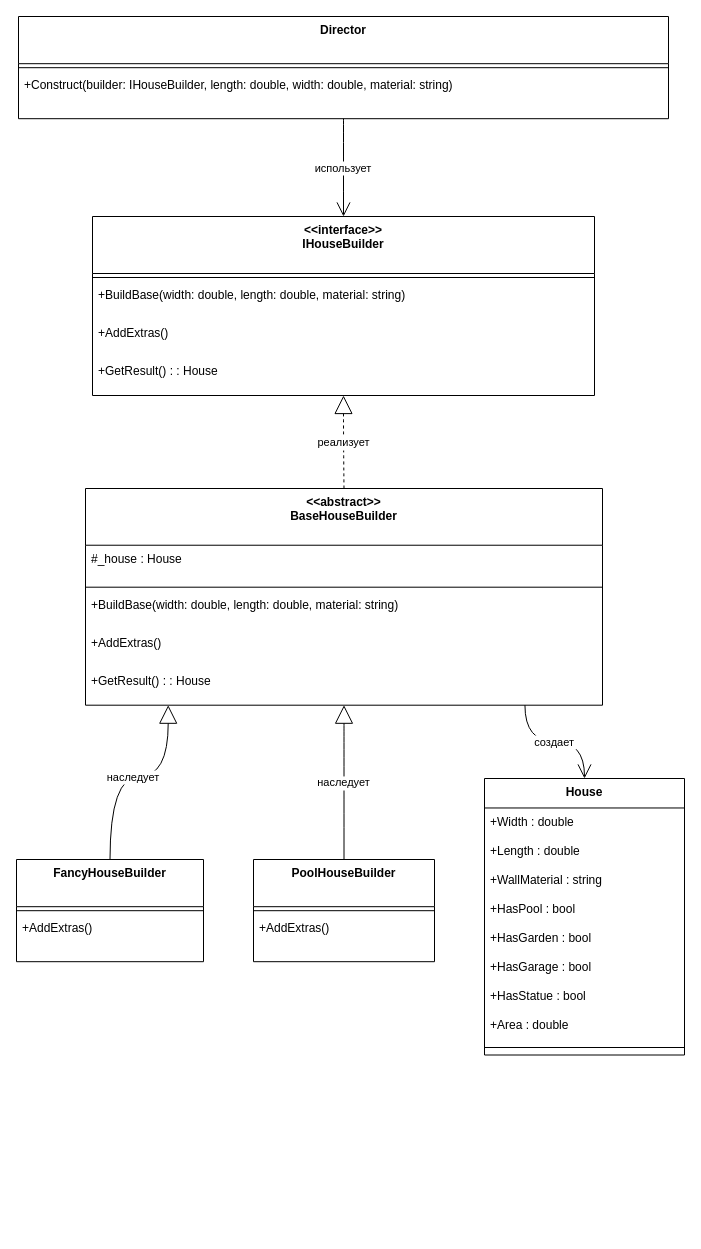
Earlier version of the draw.io diagram lab01/builder.drawio (Wokiput/Object-oriented-analysis-and-design-2). Source tidied: cells renumbered, new cells numbered last; positions are measured from the earlier drawing's top-left corner, leaving out a move shared by most shapes. Both pictures are drawn from the tidied source at 100%, with x=0, y=0 at pixel (16, 16).
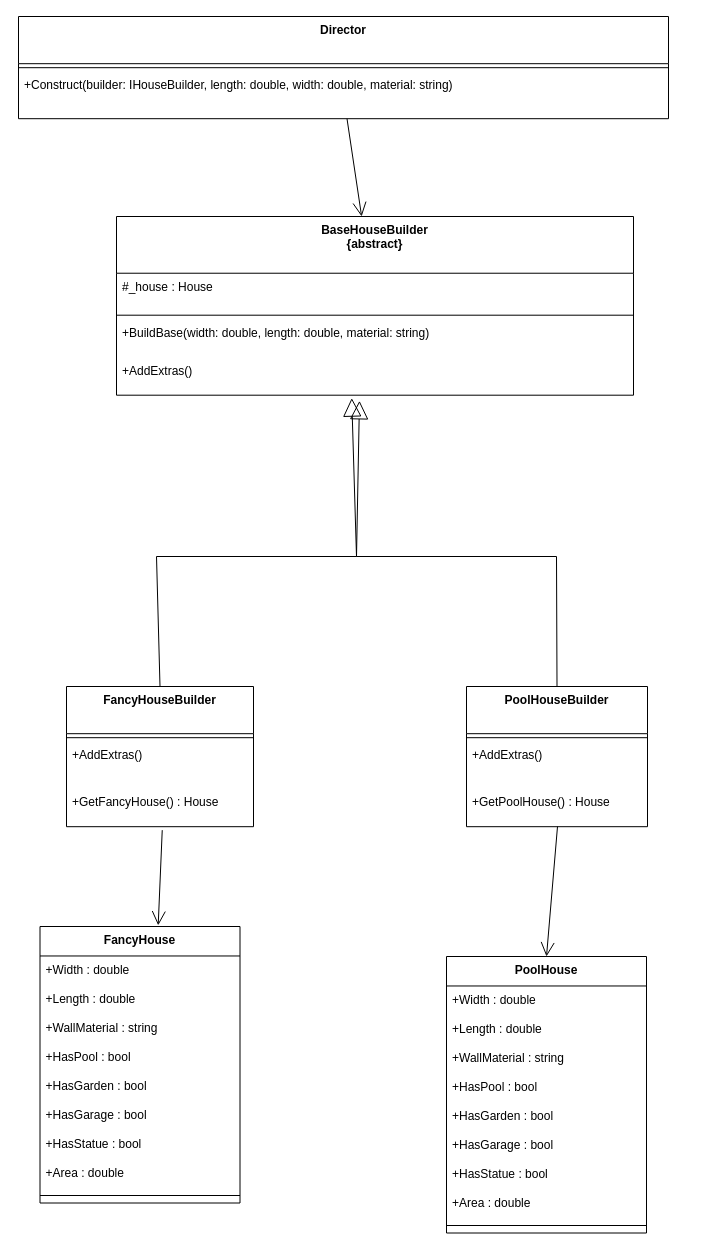
The same diagram, later.

The change refers to these unchanged cells:
```xml
<mxCell id="2" value="Director" style="swimlane;fontStyle=1;align=center;verticalAlign=top;horizontal=1;startSize=47.2;" parent="1" vertex="1">
  <mxGeometry x="2" width="650" height="102.2" as="geometry" />
</mxCell>
<mxCell id="4" value="+Construct(builder: IHouseBuilder, length: double, width: double, material: string)" style="text;strokeColor=none;fillColor=none;align=left;verticalAlign=top;spacingLeft=4;spacingRight=4;overflow=hidden;points=[[0,0.5],[1,0.5]];portConstraint=eastwest;" parent="2" vertex="1">
  <mxGeometry y="55.2" width="650" height="47" as="geometry" />
</mxCell>
<mxCell id="14" value="+AddExtras()" style="text;strokeColor=none;fillColor=none;align=left;verticalAlign=top;spacingLeft=4;spacingRight=4;overflow=hidden;points=[[0,0.5],[1,0.5]];portConstraint=eastwest;" parent="10" vertex="1">
  <mxGeometry y="140.7" width="517" height="38" as="geometry" />
</mxCell>
```

What changed in the source:
```diff
@@
-    <mxCell id="5" value="&lt;&lt;interface&gt;&gt;&#10;IHouseBuilder" style="swimlane;fontStyle=1;align=center;verticalAlign=top;horizontal=1;startSize=57;" parent="1" vertex="1">
-      <mxGeometry x="76" y="200" width="502" height="179" as="geometry" />
-    </mxCell>
-    <mxCell id="6" style="line;strokeWidth=1;fillColor=none;align=left;verticalAlign=middle;spacingTop=-1;spacingLeft=3;spacingRight=3;labelPosition=right;strokeColor=inherit;" parent="5" vertex="1">
-      <mxGeometry y="57" width="502" height="8" as="geometry" />
-    </mxCell>
-    <mxCell id="7" value="+BuildBase(width: double, length: double, material: string)" style="text;strokeColor=none;fillColor=none;align=left;verticalAlign=top;spacingLeft=4;spacingRight=4;overflow=hidden;" parent="5" vertex="1">
-      <mxGeometry y="65" width="502" height="38" as="geometry" />
-    </mxCell>
-    <mxCell id="8" value="+AddExtras()" style="text;strokeColor=none;fillColor=none;align=left;verticalAlign=top;spacingLeft=4;spacingRight=4;overflow=hidden;" parent="5" vertex="1">
-      <mxGeometry y="103" width="502" height="38" as="geometry" />
-    </mxCell>
-    <mxCell id="9" value="+GetResult() : : House" style="text;strokeColor=none;fillColor=none;align=left;verticalAlign=top;spacingLeft=4;spacingRight=4;overflow=hidden;" parent="5" vertex="1">
-      <mxGeometry y="141" width="502" height="38" as="geometry" />
-    </mxCell>
-    <mxCell id="10" value="&lt;&lt;abstract&gt;&gt;&#10;BaseHouseBuilder" style="swimlane;fontStyle=1;align=center;verticalAlign=top;horizontal=1;startSize=56.727272727272734;" parent="1" vertex="1">
-      <mxGeometry x="69" y="472" width="517" height="216.7" as="geometry" />
+    <mxCell id="10" value="BaseHouseBuilder&#10;{abstract}" style="swimlane;fontStyle=1;align=center;verticalAlign=top;horizontal=1;startSize=56.727272727272734;" parent="1" vertex="1">
+      <mxGeometry x="100" y="200" width="517" height="178.7" as="geometry" />
     </mxCell>
@@
-    <mxCell id="15" value="+GetResult() : : House" style="text;strokeColor=none;fillColor=none;align=left;verticalAlign=top;spacingLeft=4;spacingRight=4;overflow=hidden;points=[[0,0.5],[1,0.5]];portConstraint=eastwest;" parent="10" vertex="1">
-      <mxGeometry y="178.7" width="517" height="38" as="geometry" />
-    </mxCell>
     <mxCell id="16" value="FancyHouseBuilder" style="swimlane;fontStyle=1;align=center;verticalAlign=top;horizontal=1;startSize=47.2;" parent="1" vertex="1">
-      <mxGeometry y="843" width="187" height="102.2" as="geometry" />
+      <mxGeometry x="50" y="670" width="187" height="140.2" as="geometry" />
     </mxCell>
@@
+    <mxCell id="15" value="+GetFancyHouse() : House" style="text;strokeColor=none;fillColor=none;align=left;verticalAlign=top;spacingLeft=4;spacingRight=4;overflow=hidden;points=[[0,0.5],[1,0.5]];portConstraint=eastwest;" parent="16" vertex="1">
+      <mxGeometry y="102.2" width="187" height="38" as="geometry" />
+    </mxCell>
     <mxCell id="19" value="PoolHouseBuilder" style="swimlane;fontStyle=1;align=center;verticalAlign=top;horizontal=1;startSize=47.2;" parent="1" vertex="1">
-      <mxGeometry x="237" y="843" width="181" height="102.2" as="geometry" />
+      <mxGeometry x="450" y="670" width="181" height="140.2" as="geometry" />
     </mxCell>
@@
+    <mxCell id="37" value="+GetPoolHouse() : House" style="text;strokeColor=none;fillColor=none;align=left;verticalAlign=top;spacingLeft=4;spacingRight=4;overflow=hidden;" parent="19" vertex="1">
+      <mxGeometry y="102.2" width="181" height="38" as="geometry" />
+    </mxCell>
-    <mxCell id="22" value="House" style="swimlane;fontStyle=1;align=center;verticalAlign=top;horizontal=1;startSize=29.473684210526315;" parent="1" vertex="1">
-      <mxGeometry x="468" y="762" width="200" height="276.5" as="geometry" />
+    <mxCell id="22" value="FancyHouse" style="swimlane;fontStyle=1;align=center;verticalAlign=top;horizontal=1;startSize=29.473684210526315;" parent="1" vertex="1">
+      <mxGeometry x="23.5" y="910" width="200" height="276.5" as="geometry" />
     </mxCell>
@@
-    <mxCell id="32" value="использует" style="curved=1;startArrow=none;endArrow=open;endSize=12;exitX=0.5;exitY=1;entryX=0.5;entryY=0;rounded=0;edgeStyle=orthogonalEdgeStyle;" parent="1" edge="1" source="2" target="5">
-      <mxGeometry relative="1" as="geometry" />
-    </mxCell>
-    <mxCell id="33" value="реализует" style="curved=1;dashed=1;startArrow=block;startSize=16;startFill=0;endArrow=none;exitX=0.5;exitY=1;entryX=0.5;entryY=0;rounded=0;edgeStyle=orthogonalEdgeStyle;" parent="1" edge="1" source="5" target="10">
-      <mxGeometry relative="1" as="geometry" />
-    </mxCell>
-    <mxCell id="34" value="наследует" style="curved=1;startArrow=block;startSize=16;startFill=0;endArrow=none;exitX=0.16;exitY=1;entryX=0.5;entryY=0;rounded=0;edgeStyle=orthogonalEdgeStyle;" parent="1" edge="1" source="10" target="16">
-      <mxGeometry relative="1" as="geometry">
-        <Array as="points">
-          <mxPoint x="152" y="760" />
-          <mxPoint x="94" y="760" />
-        </Array>
-      </mxGeometry>
-    </mxCell>
-    <mxCell id="35" value="наследует" style="curved=1;startArrow=block;startSize=16;startFill=0;endArrow=none;exitX=0.5;exitY=1;entryX=0.5;entryY=0;rounded=0;edgeStyle=orthogonalEdgeStyle;" parent="1" edge="1" source="10" target="19">
-      <mxGeometry relative="1" as="geometry" />
-    </mxCell>
-    <mxCell id="36" value="создает" style="curved=1;startArrow=none;endArrow=open;endSize=12;exitX=0.85;exitY=1;entryX=0.5;entryY=0;rounded=0;edgeStyle=orthogonalEdgeStyle;" parent="1" edge="1" source="10" target="22">
-      <mxGeometry relative="1" as="geometry">
-        <Array as="points">
-          <mxPoint x="568" y="725" />
-        </Array>
-      </mxGeometry>
-    </mxCell>
+    <mxCell id="38" style="endArrow=block;endSize=16;endFill=0;html=1;rounded=0;entryX=0.455;entryY=1.077;entryDx=0;entryDy=0;entryPerimeter=0;exitX=0.5;exitY=0;exitDx=0;exitDy=0;" parent="1" edge="1" source="19" target="14">
+      <mxGeometry relative="1" as="geometry">
+        <Array as="points">
+          <mxPoint x="540" y="540" />
+          <mxPoint x="340" y="540" />
+        </Array>
+      </mxGeometry>
+    </mxCell>
+    <mxCell id="39" value="PoolHouse" style="swimlane;fontStyle=1;align=center;verticalAlign=top;horizontal=1;startSize=29.473684210526315;" parent="1" vertex="1">
+      <mxGeometry x="430" y="940" width="200" height="276.5" as="geometry" />
+    </mxCell>
+    <mxCell id="40" value="+Width : double" style="text;strokeColor=none;fillColor=none;align=left;verticalAlign=top;spacingLeft=4;spacingRight=4;overflow=hidden;" parent="39" vertex="1">
+      <mxGeometry y="29.5" width="200" height="29" as="geometry" />
+    </mxCell>
+    <mxCell id="41" value="+Length : double" style="text;strokeColor=none;fillColor=none;align=left;verticalAlign=top;spacingLeft=4;spacingRight=4;overflow=hidden;" parent="39" vertex="1">
+      <mxGeometry y="58.5" width="200" height="29" as="geometry" />
+    </mxCell>
+    <mxCell id="42" value="+WallMaterial : string" style="text;strokeColor=none;fillColor=none;align=left;verticalAlign=top;spacingLeft=4;spacingRight=4;overflow=hidden;" parent="39" vertex="1">
+      <mxGeometry y="87.5" width="200" height="29" as="geometry" />
+    </mxCell>
+    <mxCell id="43" value="+HasPool : bool" style="text;strokeColor=none;fillColor=none;align=left;verticalAlign=top;spacingLeft=4;spacingRight=4;overflow=hidden;" parent="39" vertex="1">
+      <mxGeometry y="116.5" width="200" height="29" as="geometry" />
+    </mxCell>
+    <mxCell id="44" value="+HasGarden : bool" style="text;strokeColor=none;fillColor=none;align=left;verticalAlign=top;spacingLeft=4;spacingRight=4;overflow=hidden;" parent="39" vertex="1">
+      <mxGeometry y="145.5" width="200" height="29" as="geometry" />
+    </mxCell>
+    <mxCell id="45" value="+HasGarage : bool" style="text;strokeColor=none;fillColor=none;align=left;verticalAlign=top;spacingLeft=4;spacingRight=4;overflow=hidden;" parent="39" vertex="1">
+      <mxGeometry y="174.5" width="200" height="29" as="geometry" />
+    </mxCell>
+    <mxCell id="46" value="+HasStatue : bool" style="text;strokeColor=none;fillColor=none;align=left;verticalAlign=top;spacingLeft=4;spacingRight=4;overflow=hidden;" parent="39" vertex="1">
+      <mxGeometry y="203.5" width="200" height="29" as="geometry" />
+    </mxCell>
+    <mxCell id="47" value="+Area : double" style="text;strokeColor=none;fillColor=none;align=left;verticalAlign=top;spacingLeft=4;spacingRight=4;overflow=hidden;" parent="39" vertex="1">
+      <mxGeometry y="232.5" width="200" height="29" as="geometry" />
+    </mxCell>
+    <mxCell id="48" style="line;strokeWidth=1;fillColor=none;align=left;verticalAlign=middle;spacingTop=-1;spacingLeft=3;spacingRight=3;labelPosition=right;strokeColor=inherit;" parent="39" vertex="1">
+      <mxGeometry y="261.5" width="200" height="15" as="geometry" />
+    </mxCell>
+    <mxCell id="49" style="endArrow=open;endFill=1;endSize=12;html=1;rounded=0;entryX=0.591;entryY=-0.004;entryDx=0;entryDy=0;entryPerimeter=0;exitX=0.512;exitY=1.091;exitDx=0;exitDy=0;exitPerimeter=0;" parent="1" edge="1" source="15" target="22">
+      <mxGeometry relative="1" as="geometry" />
+    </mxCell>
+    <mxCell id="50" style="endArrow=open;endFill=1;endSize=12;html=1;rounded=0;entryX=0.5;entryY=0;entryDx=0;entryDy=0;" parent="1" edge="1" target="39">
+      <mxGeometry relative="1" as="geometry">
+        <mxPoint x="541" y="810" as="sourcePoint" />
+      </mxGeometry>
+    </mxCell>
+    <mxCell id="51" style="endArrow=open;endFill=1;endSize=12;html=1;rounded=0;" parent="1" edge="1" source="4" target="10">
+      <mxGeometry relative="1" as="geometry" />
+    </mxCell>
+    <mxCell id="52" style="endArrow=block;endSize=16;endFill=0;html=1;rounded=0;entryX=0.47;entryY=1.148;entryDx=0;entryDy=0;entryPerimeter=0;exitX=0.5;exitY=0;exitDx=0;exitDy=0;" parent="1" edge="1" source="16" target="14">
+      <mxGeometry relative="1" as="geometry">
+        <Array as="points">
+          <mxPoint x="140" y="540" />
+          <mxPoint x="340" y="540" />
+        </Array>
+      </mxGeometry>
+    </mxCell>
```
